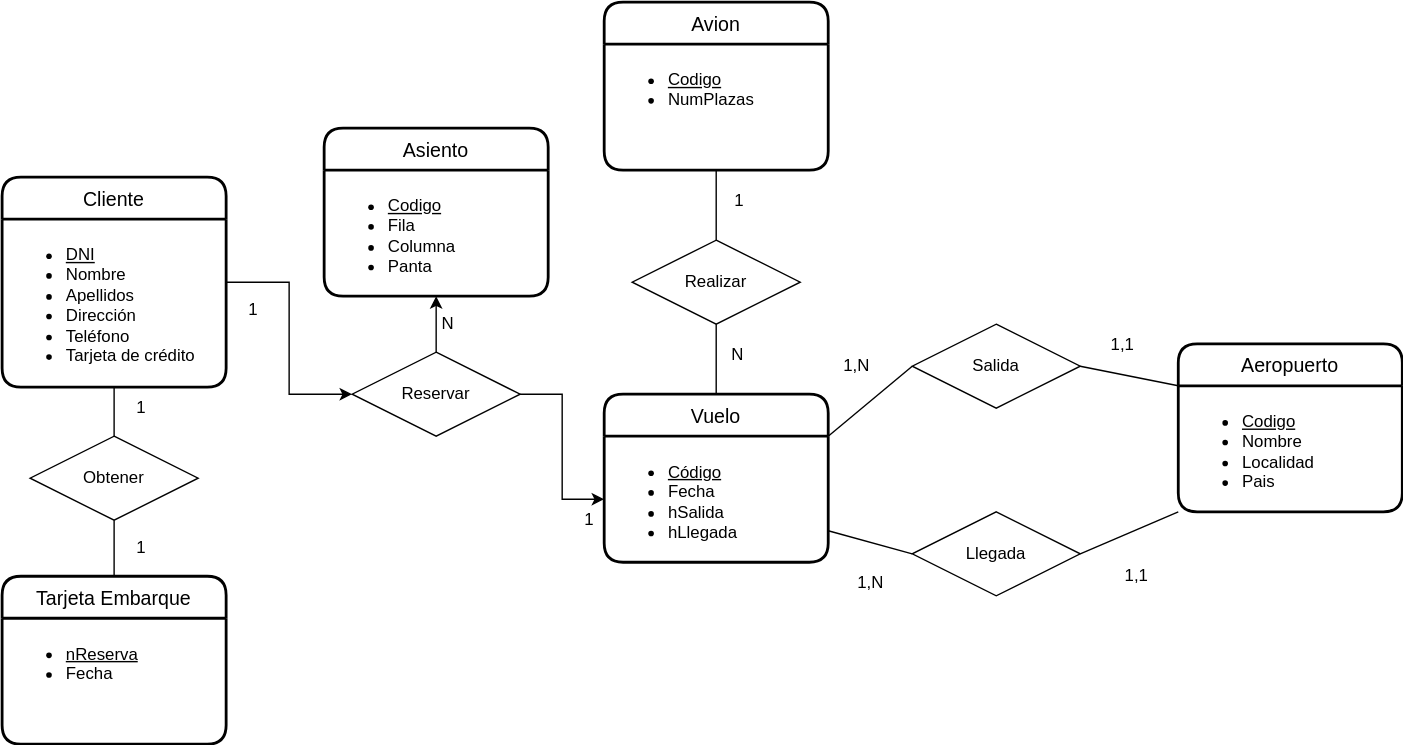
Jimxx22/C3-UD11-UML keeps this draw.io diagram as UD12-08.svg. Above is the earlier version. Source tidied: cells renumbered, new cells last; positions are measured from the earlier drawing's top-left corner, leaving out a move shared by most shapes.
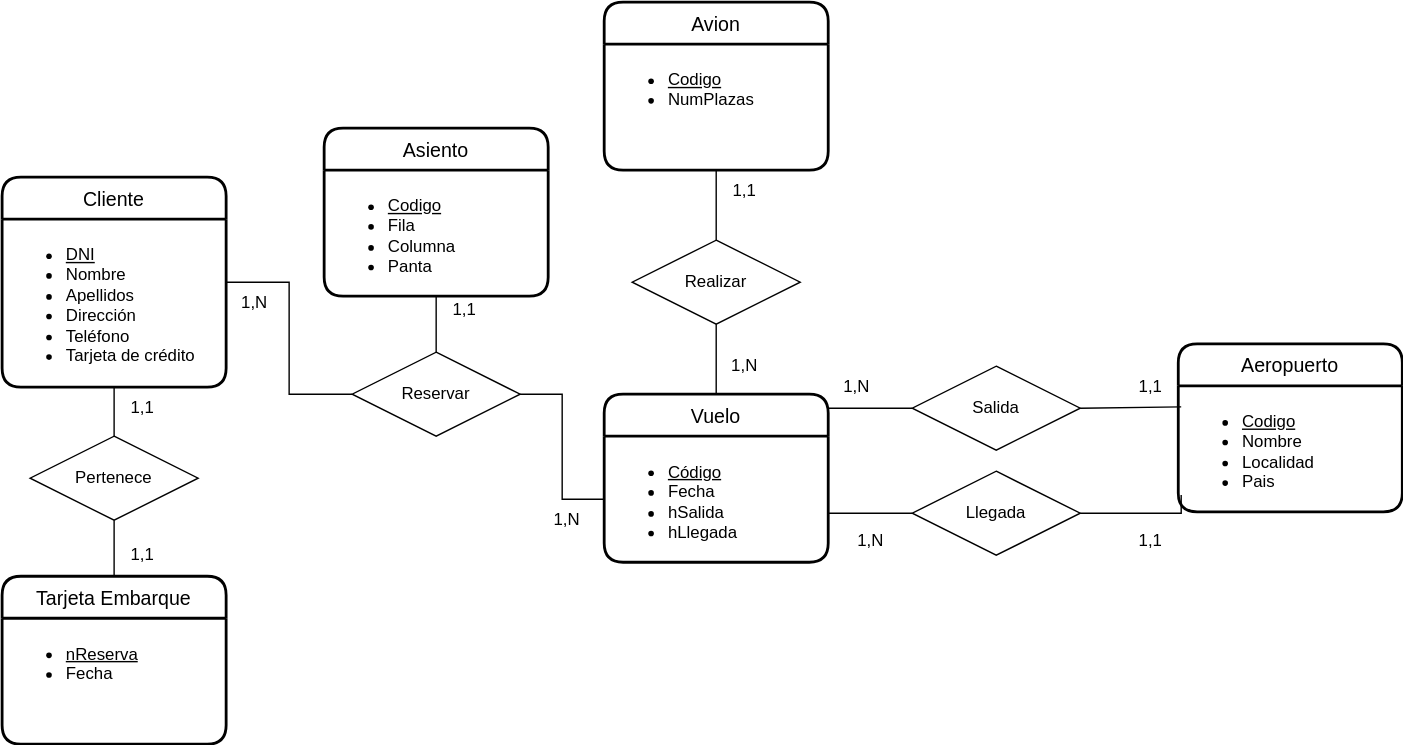
The same diagram one commit later.

The edit, as a diff of the source:
```diff
@@ -5,7 +5,7 @@
     <mxCell id="2" style="edgeStyle=orthogonalEdgeStyle;rounded=0;jettySize=auto;html=1;exitX=0.5;exitY=1;exitDx=0;exitDy=0;entryX=0.5;entryY=0;entryDx=0;entryDy=0;endArrow=none;endFill=0;" parent="1" edge="1" source="4" target="24">
       <mxGeometry relative="1" as="geometry" />
     </mxCell>
-    <mxCell id="3" style="edgeStyle=orthogonalEdgeStyle;rounded=0;jettySize=auto;html=1;exitX=1;exitY=0.5;exitDx=0;exitDy=0;entryX=0;entryY=0.5;entryDx=0;entryDy=0;" parent="1" edge="1" source="4" target="32">
+    <mxCell id="3" style="edgeStyle=orthogonalEdgeStyle;rounded=0;jettySize=auto;html=1;exitX=1;exitY=0.5;exitDx=0;exitDy=0;entryX=0;entryY=0.5;entryDx=0;entryDy=0;endArrow=none;endFill=0;" parent="1" edge="1" source="4" target="32">
       <mxGeometry relative="1" as="geometry" />
     </mxCell>
     <mxCell id="4" value="Cliente" style="swimlane;horizontal=1;startSize=30;rounded=1;fontSize=14;fontStyle=0;strokeWidth=2;shadow=0;dashed=0;align=center;html=0;" parent="1" vertex="1">
@@ -45,93 +45,92 @@
       <mxGeometry y="30" width="160" height="90" as="geometry" />
     </mxCell>
     <mxCell id="16" value="Llegada" style="shape=rhombus;perimeter=rhombusPerimeter;whiteSpace=wrap;html=1;align=center;rounded=0;glass=0;labelBorderColor=none;fillColor=default;" parent="1" vertex="1">
-      <mxGeometry x="650" y="364" width="120" height="60" as="geometry" />
+      <mxGeometry x="650" y="335" width="120" height="60" as="geometry" />
     </mxCell>
     <mxCell id="17" value="Realizar" style="shape=rhombus;perimeter=rhombusPerimeter;whiteSpace=wrap;html=1;align=center;" parent="1" vertex="1">
       <mxGeometry x="450" y="170" width="120" height="60" as="geometry" />
     </mxCell>
     <mxCell id="18" value="Salida" style="shape=rhombus;perimeter=rhombusPerimeter;whiteSpace=wrap;html=1;align=center;rounded=0;glass=0;labelBorderColor=none;fillColor=default;" parent="1" vertex="1">
-      <mxGeometry x="650" y="230" width="120" height="60" as="geometry" />
+      <mxGeometry x="650" y="260" width="120" height="60" as="geometry" />
     </mxCell>
     <mxCell id="19" style="edgeStyle=orthogonalEdgeStyle;rounded=0;jettySize=auto;html=1;exitX=0.5;exitY=1;exitDx=0;exitDy=0;entryX=0.5;entryY=0;entryDx=0;entryDy=0;endArrow=none;endFill=0;" parent="1" edge="1" source="24" target="14">
       <mxGeometry relative="1" as="geometry" />
     </mxCell>
-    <mxCell id="20" style="endArrow=none;html=1;rounded=0;entryX=0;entryY=0.25;entryDx=0;entryDy=0;exitX=1;exitY=0.5;exitDx=0;exitDy=0;" parent="1" edge="1" source="18" target="6">
+    <mxCell id="20" style="endArrow=none;html=1;rounded=0;entryX=0.013;entryY=0.167;entryDx=0;entryDy=0;exitX=1;exitY=0.5;exitDx=0;exitDy=0;entryPerimeter=0;" parent="1" edge="1" source="18" target="7">
       <mxGeometry relative="1" as="geometry" />
     </mxCell>
     <mxCell id="21" style="endArrow=none;html=1;rounded=0;exitX=0.5;exitY=0;exitDx=0;exitDy=0;entryX=0.5;entryY=1;entryDx=0;entryDy=0;" parent="1" edge="1" source="17" target="9">
       <mxGeometry relative="1" as="geometry" />
     </mxCell>
-    <mxCell id="22" value="1" style="html=1;align=right;verticalAlign=bottom;" parent="21" vertex="1">
-      <mxGeometry x="1" relative="1" as="geometry">
-        <mxPoint x="20" y="30" as="offset" />
-      </mxGeometry>
-    </mxCell>
-    <mxCell id="23" style="endArrow=none;html=1;rounded=0;entryX=0;entryY=1;entryDx=0;entryDy=0;exitX=1;exitY=0.5;exitDx=0;exitDy=0;" parent="1" edge="1" source="16" target="7">
-      <mxGeometry relative="1" as="geometry" />
+    <mxCell id="23" style="endArrow=none;html=1;rounded=0;entryX=0.013;entryY=0.867;entryDx=0;entryDy=0;exitX=1;exitY=0.5;exitDx=0;exitDy=0;entryPerimeter=0;edgeStyle=orthogonalEdgeStyle;" parent="1" edge="1" source="16" target="7">
+      <mxGeometry relative="1" as="geometry">
+        <Array as="points">
+          <mxPoint x="842" y="365" />
+        </Array>
+      </mxGeometry>
     </mxCell>
-    <mxCell id="24" value="Obtener" style="shape=rhombus;perimeter=rhombusPerimeter;whiteSpace=wrap;html=1;align=center;" parent="1" vertex="1">
+    <mxCell id="24" value="Pertenece" style="shape=rhombus;perimeter=rhombusPerimeter;whiteSpace=wrap;html=1;align=center;" parent="1" vertex="1">
       <mxGeometry x="20" y="310" width="120" height="60" as="geometry" />
     </mxCell>
-    <mxCell id="25" style="endArrow=none;html=1;rounded=0;entryX=0;entryY=0.5;entryDx=0;entryDy=0;exitX=1;exitY=0;exitDx=0;exitDy=0;" parent="1" edge="1" source="11" target="18">
+    <mxCell id="25" style="endArrow=none;html=1;rounded=0;entryX=0;entryY=0.5;entryDx=0;entryDy=0;exitX=1;exitY=0;exitDx=0;exitDy=0;edgeStyle=orthogonalEdgeStyle;" parent="1" edge="1" source="11" target="18">
       <mxGeometry relative="1" as="geometry" />
     </mxCell>
     <mxCell id="26" style="endArrow=none;html=1;rounded=0;exitX=0.5;exitY=1;exitDx=0;exitDy=0;entryX=0.5;entryY=0;entryDx=0;entryDy=0;" parent="1" edge="1" source="17" target="10">
       <mxGeometry relative="1" as="geometry" />
     </mxCell>
-    <mxCell id="27" value="N" style="html=1;align=right;verticalAlign=bottom;" parent="26" vertex="1">
-      <mxGeometry x="1" relative="1" as="geometry">
-        <mxPoint x="20" y="-20" as="offset" />
-      </mxGeometry>
-    </mxCell>
-    <mxCell id="28" value="1" style="html=1;align=right;verticalAlign=bottom;" parent="1" vertex="1">
+    <mxCell id="28" style="html=1;align=right;verticalAlign=bottom;" parent="1" vertex="1">
       <mxGeometry x="500" y="410" as="geometry">
         <mxPoint x="-397" y="-112" as="offset" />
       </mxGeometry>
     </mxCell>
-    <mxCell id="29" value="1" style="html=1;align=right;verticalAlign=bottom;" parent="1" vertex="1">
-      <mxGeometry x="500" y="510" as="geometry">
-        <mxPoint x="-397" y="-112" as="offset" />
-      </mxGeometry>
-    </mxCell>
-    <mxCell id="30" style="edgeStyle=orthogonalEdgeStyle;rounded=0;jettySize=auto;html=1;exitX=0.5;exitY=0;exitDx=0;exitDy=0;entryX=0.5;entryY=1;entryDx=0;entryDy=0;" parent="1" edge="1" source="32" target="12">
+    <mxCell id="30" style="edgeStyle=orthogonalEdgeStyle;rounded=0;jettySize=auto;html=1;exitX=0.5;exitY=0;exitDx=0;exitDy=0;entryX=0.5;entryY=1;entryDx=0;entryDy=0;endArrow=none;endFill=0;" parent="1" edge="1" source="32" target="12">
       <mxGeometry relative="1" as="geometry" />
     </mxCell>
-    <mxCell id="31" style="edgeStyle=orthogonalEdgeStyle;rounded=0;jettySize=auto;html=1;exitX=1;exitY=0.5;exitDx=0;exitDy=0;entryX=0;entryY=0.5;entryDx=0;entryDy=0;" parent="1" edge="1" source="32" target="11">
+    <mxCell id="31" style="edgeStyle=orthogonalEdgeStyle;rounded=0;jettySize=auto;html=1;exitX=1;exitY=0.5;exitDx=0;exitDy=0;entryX=0;entryY=0.5;entryDx=0;entryDy=0;endArrow=none;endFill=0;" parent="1" edge="1" source="32" target="11">
       <mxGeometry relative="1" as="geometry" />
     </mxCell>
     <mxCell id="32" value="Reservar" style="shape=rhombus;perimeter=rhombusPerimeter;whiteSpace=wrap;html=1;align=center;" parent="1" vertex="1">
       <mxGeometry x="250" y="250" width="120" height="60" as="geometry" />
     </mxCell>
-    <mxCell id="33" style="endArrow=none;html=1;rounded=0;entryX=0;entryY=0.5;entryDx=0;entryDy=0;exitX=1;exitY=0.75;exitDx=0;exitDy=0;" parent="1" edge="1" source="11" target="16">
-      <mxGeometry relative="1" as="geometry" />
+    <mxCell id="33" style="endArrow=none;html=1;rounded=0;entryX=0;entryY=0.5;entryDx=0;entryDy=0;" parent="1" edge="1" target="16">
+      <mxGeometry relative="1" as="geometry">
+        <mxPoint x="590" y="365" as="sourcePoint" />
+      </mxGeometry>
     </mxCell>
     <mxCell id="34" value="1,N" style="text;html=1;align=center;verticalAlign=middle;strokeColor=none;fillColor=none;" parent="1" vertex="1">
-      <mxGeometry x="590" y="245" width="40" height="30" as="geometry" />
+      <mxGeometry x="590" y="260" width="40" height="30" as="geometry" />
     </mxCell>
-    <mxCell id="35" value="1" style="html=1;align=right;verticalAlign=bottom;" parent="1" vertex="1">
-      <mxGeometry x="580" y="340" as="geometry">
-        <mxPoint x="-397" y="-112" as="offset" />
-      </mxGeometry>
-    </mxCell>
     <mxCell id="36" value="1,N" style="text;html=1;align=center;verticalAlign=middle;strokeColor=none;fillColor=none;" parent="1" vertex="1">
-      <mxGeometry x="600" y="400" width="40" height="30" as="geometry" />
+      <mxGeometry x="600" y="370" width="40" height="30" as="geometry" />
     </mxCell>
-    <mxCell id="37" value="N" style="html=1;align=right;verticalAlign=bottom;" parent="1" vertex="1">
-      <mxGeometry x="720" y="350" as="geometry">
-        <mxPoint x="-397" y="-112" as="offset" />
-      </mxGeometry>
-    </mxCell>
     <mxCell id="38" value="1,1" style="text;html=1;align=center;verticalAlign=middle;strokeColor=none;fillColor=none;" parent="1" vertex="1">
-      <mxGeometry x="790" y="395" width="40" height="30" as="geometry" />
+      <mxGeometry x="800" y="370" width="40" height="30" as="geometry" />
     </mxCell>
-    <mxCell id="39" value="1" style="html=1;align=right;verticalAlign=bottom;" parent="1" vertex="1">
-      <mxGeometry x="820" y="490" as="geometry">
+    <mxCell id="39" value="1,N" style="html=1;align=right;verticalAlign=bottom;" parent="1" vertex="1">
+      <mxGeometry x="810" y="490" as="geometry">
         <mxPoint x="-397" y="-112" as="offset" />
       </mxGeometry>
     </mxCell>
     <mxCell id="40" value="1,1" style="text;html=1;align=center;verticalAlign=middle;strokeColor=none;fillColor=none;" parent="1" vertex="1">
-      <mxGeometry x="780" y="230" width="40" height="30" as="geometry" />
+      <mxGeometry x="800" y="260" width="40" height="30" as="geometry" />
     </mxCell>
+    <mxCell id="41" value="1,1" style="text;html=1;align=center;verticalAlign=middle;strokeColor=none;fillColor=none;" parent="1" vertex="1">
+      <mxGeometry x="80" y="380" width="40" height="30" as="geometry" />
+    </mxCell>
+    <mxCell id="42" value="1,1" style="text;html=1;align=center;verticalAlign=middle;strokeColor=none;fillColor=none;" parent="1" vertex="1">
+      <mxGeometry x="80" y="275" width="40" height="30" as="geometry" />
+    </mxCell>
+    <mxCell id="43" value="1,N" style="text;html=1;align=center;verticalAlign=middle;strokeColor=none;fillColor=none;" parent="1" vertex="1">
+      <mxGeometry x="160" y="200" width="40" height="30" as="geometry" />
+    </mxCell>
+    <mxCell id="44" value="1,1" style="text;html=1;align=center;verticalAlign=middle;strokeColor=none;fillColor=none;" parent="1" vertex="1">
+      <mxGeometry x="310" y="205" width="40" height="30" as="geometry" />
+    </mxCell>
+    <mxCell id="45" value="1,N" style="text;html=1;align=center;verticalAlign=middle;strokeColor=none;fillColor=none;" parent="1" vertex="1">
+      <mxGeometry x="510" y="245" width="40" height="30" as="geometry" />
+    </mxCell>
+    <mxCell id="46" value="1,1" style="text;html=1;align=center;verticalAlign=middle;strokeColor=none;fillColor=none;" parent="1" vertex="1">
+      <mxGeometry x="510" y="120" width="40" height="30" as="geometry" />
+    </mxCell>
   </root>
 </mxGraphModel>
```
